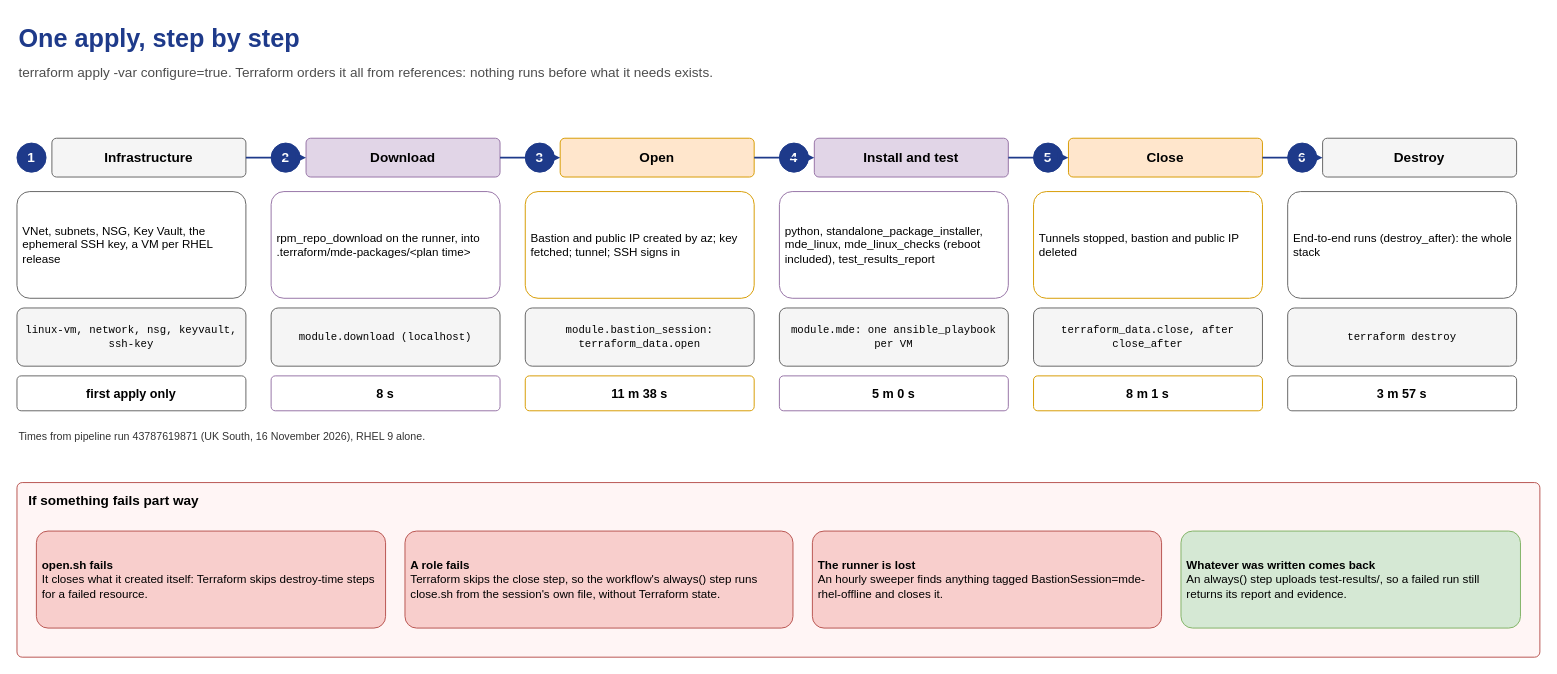
Above: page "One apply, step by step" (3 of 3) of docs/diagrams/mde-release-testing.drawio in libre-devops/azure-orchestration (draw.io), before the change. Source tidied: cells renumbered, new cells numbered last; positions are measured from the earlier drawing's top-left corner, leaving out a move shared by most shapes. Both pictures are drawn from the tidied source at 97%, with x=0, y=0 at pixel (16, 16).
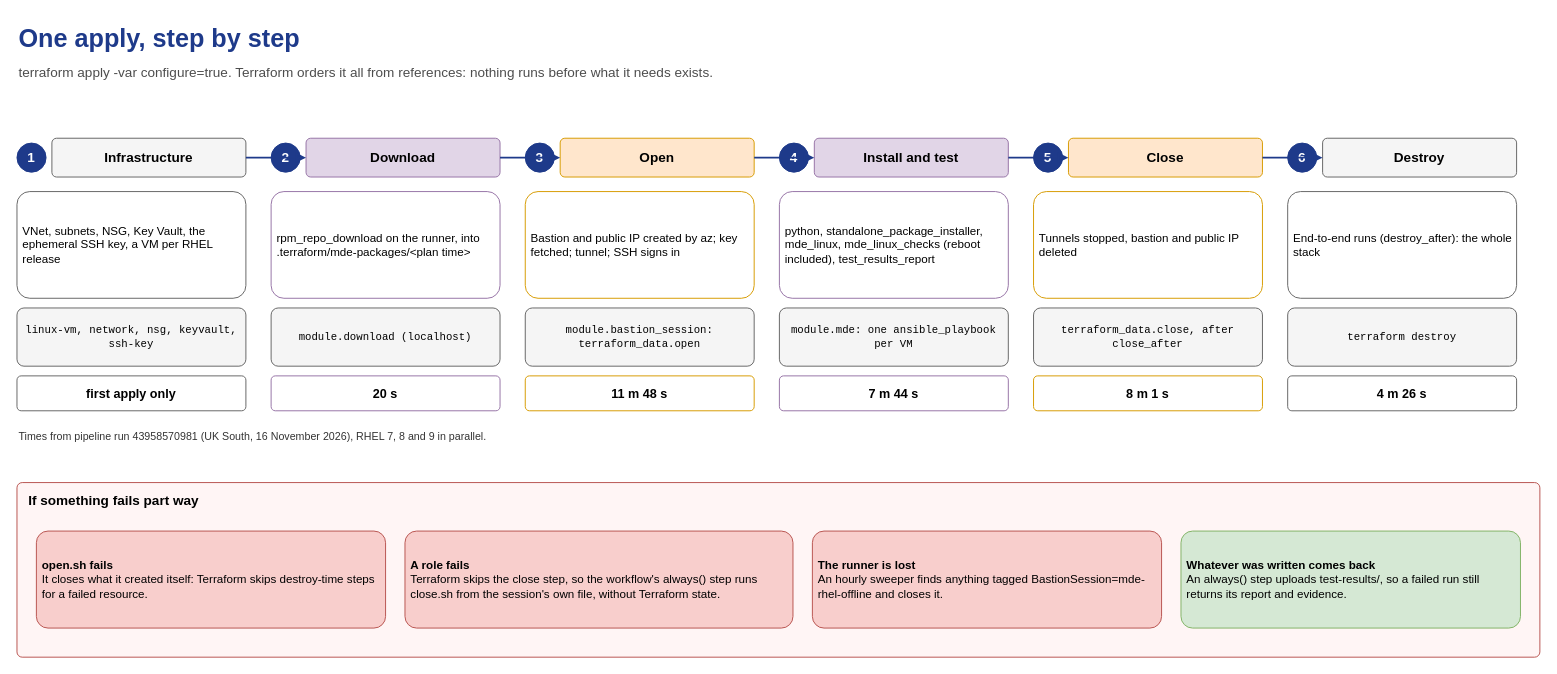
The same page after the edit.

Commit message (it also covers changes not shown here):
Record the passing RHEL 7, 8 and 9 run

Run 43958570981 passed: on RHEL 7.9, 8.10 and 9.8 with no route out, 44
checks passed and 11 skipped each, EICAR in 0.39 to 0.42 s, protection
back after every reboot, clocks synchronised. The README and the diagram
carry its timings and say what the runs found on the way: the SCSI-only
RHEL 7 image, the RHEL 7 and 8 time sync, and the post-reboot wait that
mde_linux_checks 1.1.1 fixed.

The edit, as a diff of the source:
```diff
@@
-    <mxCell id="13" value="&lt;b&gt;8 s&lt;/b&gt;" style="rounded=1;whiteSpace=wrap;html=1;fillColor=#FFFFFF;strokeColor=#9673a6;fontSize=13;align=center;verticalAlign=middle;spacing=6;arcSize=12;" parent="1" vertex="1">
+    <mxCell id="13" value="&lt;b&gt;20 s&lt;/b&gt;" style="rounded=1;whiteSpace=wrap;html=1;fillColor=#FFFFFF;strokeColor=#9673a6;fontSize=13;align=center;verticalAlign=middle;spacing=6;arcSize=12;" parent="1" vertex="1">
       <mxGeometry x="262" y="370" width="236" height="36" as="geometry" />
     </mxCell>
@@
-    <mxCell id="19" value="&lt;b&gt;11 m 38 s&lt;/b&gt;" style="rounded=1;whiteSpace=wrap;html=1;fillColor=#FFFFFF;strokeColor=#d79b00;fontSize=13;align=center;verticalAlign=middle;spacing=6;arcSize=12;" parent="1" vertex="1">
+    <mxCell id="19" value="&lt;b&gt;11 m 48 s&lt;/b&gt;" style="rounded=1;whiteSpace=wrap;html=1;fillColor=#FFFFFF;strokeColor=#d79b00;fontSize=13;align=center;verticalAlign=middle;spacing=6;arcSize=12;" parent="1" vertex="1">
       <mxGeometry x="524" y="370" width="236" height="36" as="geometry" />
     </mxCell>
@@
-    <mxCell id="25" value="&lt;b&gt;5 m 0 s&lt;/b&gt;" style="rounded=1;whiteSpace=wrap;html=1;fillColor=#FFFFFF;strokeColor=#9673a6;fontSize=13;align=center;verticalAlign=middle;spacing=6;arcSize=12;" parent="1" vertex="1">
+    <mxCell id="25" value="&lt;b&gt;7 m 44 s&lt;/b&gt;" style="rounded=1;whiteSpace=wrap;html=1;fillColor=#FFFFFF;strokeColor=#9673a6;fontSize=13;align=center;verticalAlign=middle;spacing=6;arcSize=12;" parent="1" vertex="1">
       <mxGeometry x="786" y="370" width="236" height="36" as="geometry" />
     </mxCell>
@@
-    <mxCell id="37" value="&lt;b&gt;3 m 57 s&lt;/b&gt;" style="rounded=1;whiteSpace=wrap;html=1;fillColor=#FFFFFF;strokeColor=#666666;fontSize=13;align=center;verticalAlign=middle;spacing=6;arcSize=12;" parent="1" vertex="1">
+    <mxCell id="37" value="&lt;b&gt;4 m 26 s&lt;/b&gt;" style="rounded=1;whiteSpace=wrap;html=1;fillColor=#FFFFFF;strokeColor=#666666;fontSize=13;align=center;verticalAlign=middle;spacing=6;arcSize=12;" parent="1" vertex="1">
       <mxGeometry x="1310" y="370" width="236" height="36" as="geometry" />
     </mxCell>
@@
-    <mxCell id="39" value="Times from pipeline run 43787619871 (UK South, 16 November 2026), RHEL 9 alone." style="text;html=1;whiteSpace=wrap;align=left;verticalAlign=top;fontSize=11;fontColor=#333333;" parent="1" vertex="1">
+    <mxCell id="39" value="Times from pipeline run 43958570981 (UK South, 16 November 2026), RHEL 7, 8 and 9 in parallel." style="text;html=1;whiteSpace=wrap;align=left;verticalAlign=top;fontSize=11;fontColor=#333333;" parent="1" vertex="1">
       <mxGeometry y="420" width="600" height="30" as="geometry" />
     </mxCell>
```
